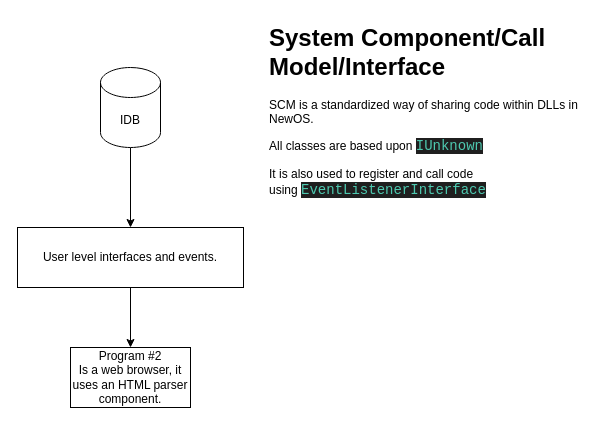
This is dev/SCI/scm-design.drawio from nekernel-org/nekernel, a draw.io file, before an edit. Source tidied: cells renumbered, new cells numbered last; positions are measured from the earlier drawing's top-left corner, leaving out a move shared by most shapes. Both pictures are drawn from the tidied source at 100%, with x=0, y=0 at pixel (17, 17).
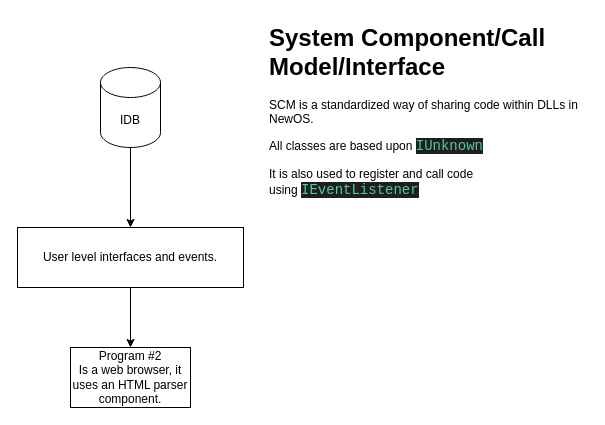
Above is the later version.

Change to the diagram source:
```diff
@@
 <mxGraphModel>
   <root>
     <mxCell id="0" />
     <mxCell id="1" parent="0" />
     <mxCell id="2" style="edgeStyle=orthogonalEdgeStyle;rounded=0;jettySize=auto;html=1;exitX=0.5;exitY=1;exitDx=0;exitDy=0;entryX=0.5;entryY=0;entryDx=0;entryDy=0;" parent="1" edge="1" source="3" target="6">
       <mxGeometry relative="1" as="geometry" />
     </mxCell>
     <mxCell id="3" value="User level interfaces and events." style="rounded=0;whiteSpace=wrap;html=1;" parent="1" vertex="1">
       <mxGeometry y="210" width="226" height="60" as="geometry" />
     </mxCell>
     <mxCell id="4" style="edgeStyle=orthogonalEdgeStyle;rounded=0;jettySize=auto;html=1;" parent="1" edge="1" source="5" target="3">
       <mxGeometry relative="1" as="geometry" />
     </mxCell>
     <mxCell id="5" value="IDB" style="shape=cylinder3;whiteSpace=wrap;html=1;boundedLbl=1;backgroundOutline=1;size=15;" parent="1" vertex="1">
       <mxGeometry x="83" y="50" width="60" height="80" as="geometry" />
     </mxCell>
     <mxCell id="6" value="Program #2&lt;div&gt;Is a web browser, it uses an HTML parser component.&lt;/div&gt;" style="rounded=0;whiteSpace=wrap;html=1;" parent="1" vertex="1">
       <mxGeometry x="53" y="330" width="120" height="60" as="geometry" />
     </mxCell>
-    <mxCell id="7" value="&lt;h1 style=&quot;margin-top: 0px;&quot;&gt;System Component/Call Model/Interface&lt;/h1&gt;&lt;p&gt;SCM is a standardized way of sharing code within DLLs in NewOS.&lt;/p&gt;&lt;p&gt;All classes are based upon&amp;nbsp;&lt;span style=&quot;color: rgb(78, 201, 176); background-color: rgb(31, 31, 31); font-family: Consolas, &amp;quot;Courier New&amp;quot;, monospace; font-size: 14px;&quot;&gt;IUnknown&lt;/span&gt;&lt;/p&gt;&lt;p&gt;It is also used to register and call code using&amp;nbsp;&lt;span style=&quot;color: rgb(78, 201, 176); background-color: rgb(31, 31, 31); font-family: Consolas, &amp;quot;Courier New&amp;quot;, monospace; font-size: 14px;&quot;&gt;EventListenerInterface&lt;/span&gt;&lt;/p&gt;" style="text;html=1;whiteSpace=wrap;overflow=hidden;rounded=0;" parent="1" vertex="1">
+    <mxCell id="7" value="&lt;h1 style=&quot;margin-top: 0px;&quot;&gt;System Component/Call Model/Interface&lt;/h1&gt;&lt;p&gt;SCM is a standardized way of sharing code within DLLs in NewOS.&lt;/p&gt;&lt;p&gt;All classes are based upon&amp;nbsp;&lt;span style=&quot;color: rgb(78, 201, 176); background-color: rgb(31, 31, 31); font-family: Consolas, &amp;quot;Courier New&amp;quot;, monospace; font-size: 14px;&quot;&gt;IUnknown&lt;/span&gt;&lt;/p&gt;&lt;p&gt;It is also used to register and call code using&amp;nbsp;&lt;span style=&quot;color: rgb(78, 201, 176); background-color: rgb(31, 31, 31); font-family: Consolas, &amp;quot;Courier New&amp;quot;, monospace; font-size: 14px;&quot;&gt;IEventListener&lt;/span&gt;&lt;/p&gt;" style="text;html=1;whiteSpace=wrap;overflow=hidden;rounded=0;" parent="1" vertex="1">
       <mxGeometry x="250" width="320" height="240" as="geometry" />
     </mxCell>
   </root>
 </mxGraphModel>
```
